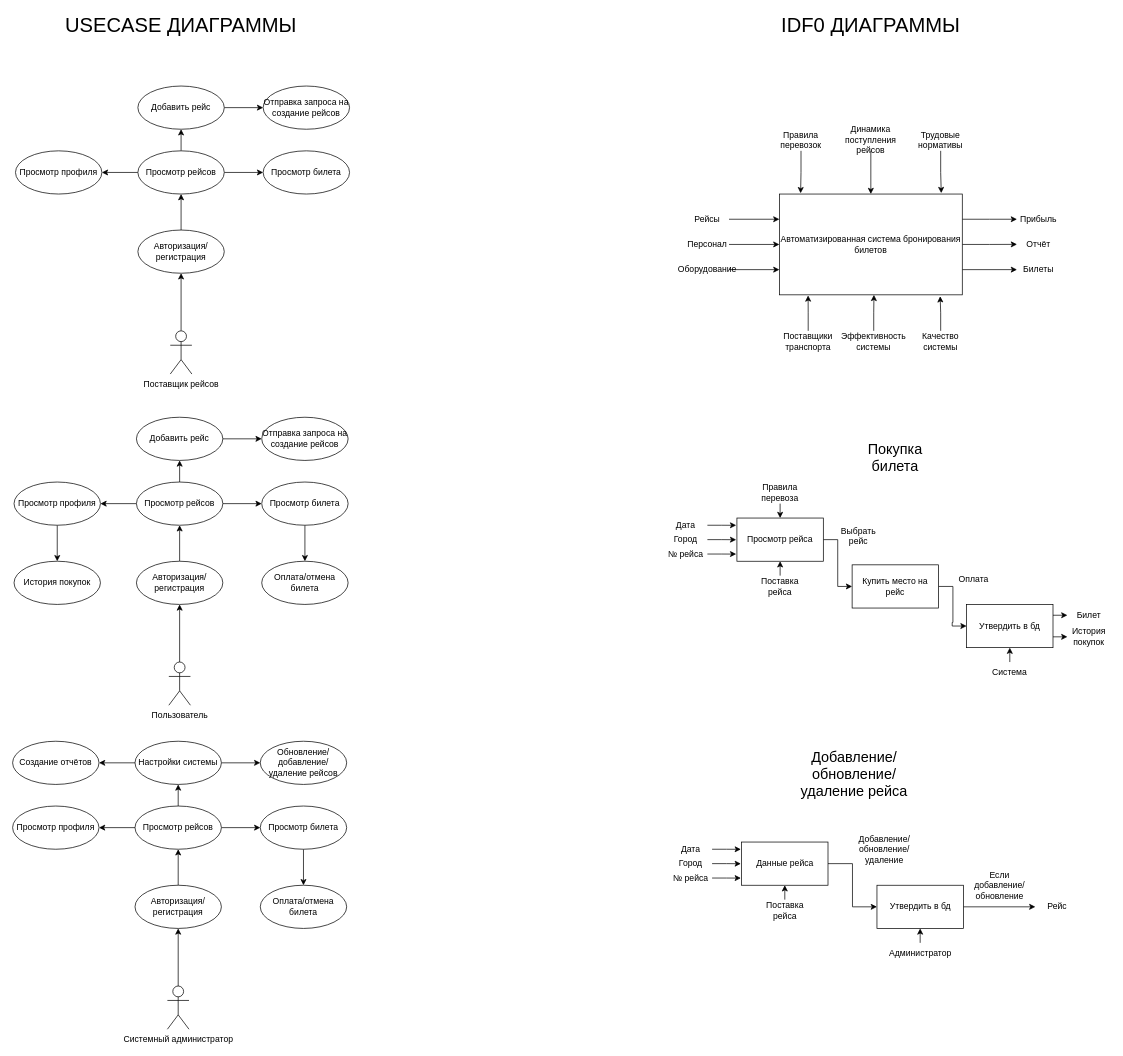
This is usecase.drawio from k11sann/classworks, a draw.io file, before an edit. Source tidied: cells renumbered, new cells numbered last; positions are measured from the earlier drawing's top-left corner, leaving out a move shared by most shapes. Both pictures are drawn from the tidied source at 72%, with x=0, y=0 at pixel (12, 14).
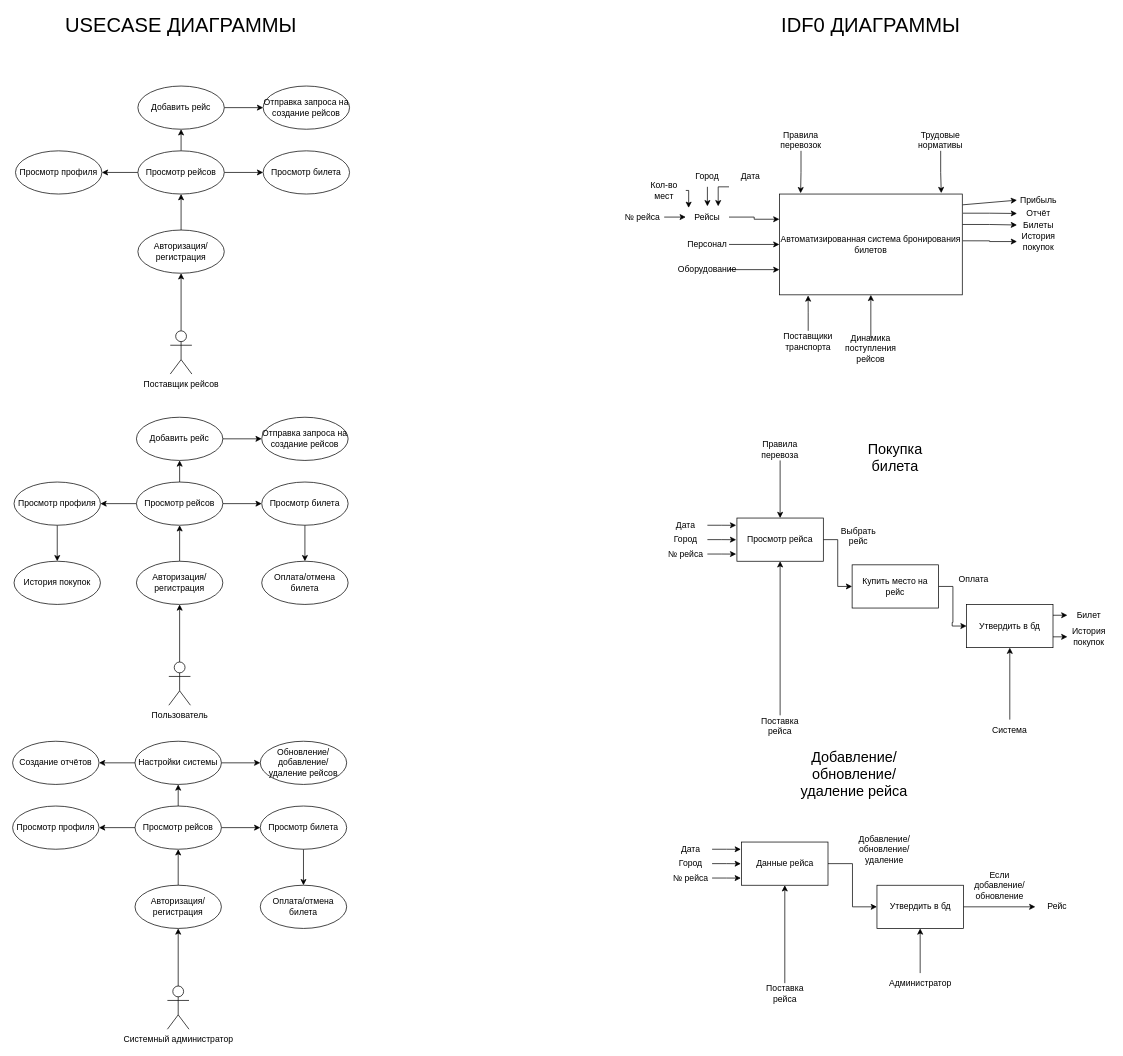
Above is the later version.

Unchanged cells that the change refers to:
```xml
<mxCell id="7" value="Автоматизированная система бронирования билетов" style="rounded=0;whiteSpace=wrap;html=1;" parent="1" vertex="1">
  <mxGeometry x="1065" y="250" width="254" height="140" as="geometry" />
</mxCell>
```

What changed in the source:
```diff
@@
-    <mxCell id="4" style="edgeStyle=orthogonalEdgeStyle;rounded=0;jettySize=auto;html=1;exitX=1;exitY=0.25;exitDx=0;exitDy=0;" parent="1" edge="1" source="7">
-      <mxGeometry relative="1" as="geometry">
-        <mxPoint x="1395" y="285" as="targetPoint" />
-      </mxGeometry>
-    </mxCell>
-    <mxCell id="5" style="edgeStyle=orthogonalEdgeStyle;rounded=0;jettySize=auto;html=1;exitX=1;exitY=0.5;exitDx=0;exitDy=0;" parent="1" edge="1" source="7">
-      <mxGeometry relative="1" as="geometry">
-        <mxPoint x="1395" y="319.9" as="targetPoint" />
-      </mxGeometry>
-    </mxCell>
+    <mxCell id="118" style="edgeStyle=orthogonalEdgeStyle;rounded=0;jettySize=auto;html=1;exitX=1.004;exitY=0.19;exitDx=0;exitDy=0;entryX=0;entryY=0.5;entryDx=0;entryDy=0;exitPerimeter=0;" parent="1" edge="1" source="7" target="15">
+      <mxGeometry relative="1" as="geometry" />
+    </mxCell>
-    <mxCell id="6" style="edgeStyle=orthogonalEdgeStyle;rounded=0;jettySize=auto;html=1;exitX=1;exitY=0.75;exitDx=0;exitDy=0;entryX=0;entryY=0.5;entryDx=0;entryDy=0;" parent="1" edge="1" source="7" target="16">
+    <mxCell id="6" style="edgeStyle=orthogonalEdgeStyle;rounded=0;jettySize=auto;html=1;exitX=1.001;exitY=0.302;exitDx=0;exitDy=0;entryX=0;entryY=0.5;entryDx=0;entryDy=0;exitPerimeter=0;" parent="1" edge="1" source="7" target="16">
       <mxGeometry relative="1" as="geometry" />
     </mxCell>
+    <mxCell id="119" style="edgeStyle=orthogonalEdgeStyle;rounded=0;jettySize=auto;html=1;exitX=1.002;exitY=0.464;exitDx=0;exitDy=0;entryX=0;entryY=0.5;entryDx=0;entryDy=0;exitPerimeter=0;" parent="1" edge="1" source="7" target="120">
+      <mxGeometry relative="1" as="geometry" />
+    </mxCell>
@@
-    <mxCell id="10" style="edgeStyle=orthogonalEdgeStyle;rounded=0;jettySize=auto;html=1;exitX=0.5;exitY=1;exitDx=0;exitDy=0;entryX=0.5;entryY=0;entryDx=0;entryDy=0;" parent="1" edge="1" source="11" target="7">
+    <mxCell id="10" style="edgeStyle=orthogonalEdgeStyle;rounded=0;jettySize=auto;html=1;exitX=0.5;exitY=0;exitDx=0;exitDy=0;entryX=0.5;entryY=1;entryDx=0;entryDy=0;" parent="1" edge="1" source="11" target="7">
       <mxGeometry relative="1" as="geometry" />
     </mxCell>
     <mxCell id="11" value="Динамика&lt;div&gt;поступления рейсов&lt;/div&gt;" style="text;html=1;align=center;verticalAlign=middle;whiteSpace=wrap;rounded=0;" parent="1" vertex="1">
-      <mxGeometry x="1162" y="160" width="60" height="30" as="geometry" />
+      <mxGeometry x="1162" y="450" width="60" height="30" as="geometry" />
     </mxCell>
@@
     <mxCell id="14" value="Прибыль" style="text;html=1;align=center;verticalAlign=middle;whiteSpace=wrap;rounded=0;" parent="1" vertex="1">
-      <mxGeometry x="1395" y="270" width="60" height="30" as="geometry" />
+      <mxGeometry x="1395" y="250" width="60" height="17" as="geometry" />
     </mxCell>
     <mxCell id="15" value="Отчёт" style="text;html=1;align=center;verticalAlign=middle;whiteSpace=wrap;rounded=0;" parent="1" vertex="1">
-      <mxGeometry x="1395" y="305" width="60" height="30" as="geometry" />
+      <mxGeometry x="1395" y="270" width="60" height="14" as="geometry" />
     </mxCell>
     <mxCell id="16" value="Билеты" style="text;html=1;align=center;verticalAlign=middle;whiteSpace=wrap;rounded=0;" parent="1" vertex="1">
-      <mxGeometry x="1395" y="340" width="60" height="30" as="geometry" />
+      <mxGeometry x="1395" y="284" width="60" height="18" as="geometry" />
     </mxCell>
@@
     <mxCell id="18" value="Рейсы" style="text;html=1;align=center;verticalAlign=middle;whiteSpace=wrap;rounded=0;" parent="1" vertex="1">
-      <mxGeometry x="935" y="270" width="60" height="30" as="geometry" />
+      <mxGeometry x="935" y="267" width="60" height="30" as="geometry" />
     </mxCell>
@@
-    <mxCell id="24" value="Качество системы" style="text;html=1;align=center;verticalAlign=middle;whiteSpace=wrap;rounded=0;" parent="1" vertex="1">
-      <mxGeometry x="1259" y="440" width="60" height="30" as="geometry" />
-    </mxCell>
-    <mxCell id="25" value="Эффективность&lt;div&gt;системы&lt;/div&gt;" style="text;html=1;align=center;verticalAlign=middle;whiteSpace=wrap;rounded=0;" parent="1" vertex="1">
-      <mxGeometry x="1166" y="440" width="60" height="30" as="geometry" />
-    </mxCell>
-    <mxCell id="26" style="edgeStyle=orthogonalEdgeStyle;rounded=0;jettySize=auto;html=1;exitX=0.5;exitY=0;exitDx=0;exitDy=0;entryX=0.517;entryY=1;entryDx=0;entryDy=0;entryPerimeter=0;" parent="1" edge="1" source="25" target="7">
-      <mxGeometry relative="1" as="geometry" />
-    </mxCell>
@@
-    <mxCell id="28" style="edgeStyle=orthogonalEdgeStyle;rounded=0;jettySize=auto;html=1;exitX=0.5;exitY=0;exitDx=0;exitDy=0;entryX=0.879;entryY=1.014;entryDx=0;entryDy=0;entryPerimeter=0;" parent="1" edge="1" source="24" target="7">
-      <mxGeometry relative="1" as="geometry" />
-    </mxCell>
@@
     <mxCell id="33" value="Правила перевоза" style="text;html=1;align=center;verticalAlign=middle;whiteSpace=wrap;rounded=0;" parent="1" vertex="1">
-      <mxGeometry x="1036" y="650" width="60" height="30" as="geometry" />
+      <mxGeometry x="1036" y="590" width="60" height="30" as="geometry" />
     </mxCell>
@@
     <mxCell id="35" value="Поставка рейса" style="text;html=1;align=center;verticalAlign=middle;whiteSpace=wrap;rounded=0;" parent="1" vertex="1">
-      <mxGeometry x="1036" y="780" width="60" height="30" as="geometry" />
+      <mxGeometry x="1036" y="974" width="60" height="30" as="geometry" />
     </mxCell>
@@
     <mxCell id="52" value="Система" style="text;html=1;align=center;verticalAlign=middle;whiteSpace=wrap;rounded=0;" parent="1" vertex="1">
-      <mxGeometry x="1355" y="900" width="60" height="30" as="geometry" />
+      <mxGeometry x="1355" y="980" width="60" height="30" as="geometry" />
     </mxCell>
@@
     <mxCell id="57" value="Поставка рейса" style="text;html=1;align=center;verticalAlign=middle;whiteSpace=wrap;rounded=0;" parent="1" vertex="1">
-      <mxGeometry x="1042.5" y="1230" width="60" height="30" as="geometry" />
+      <mxGeometry x="1042.5" y="1346" width="60" height="30" as="geometry" />
     </mxCell>
@@
     <mxCell id="69" value="Администратор" style="text;html=1;align=center;verticalAlign=middle;whiteSpace=wrap;rounded=0;" parent="1" vertex="1">
-      <mxGeometry x="1230.5" y="1290" width="60" height="30" as="geometry" />
+      <mxGeometry x="1230.5" y="1332" width="60" height="30" as="geometry" />
     </mxCell>
@@
+    <mxCell id="120" value="История покупок" style="text;html=1;align=center;verticalAlign=middle;whiteSpace=wrap;rounded=0;" parent="1" vertex="1">
+      <mxGeometry x="1395" y="302" width="60" height="28" as="geometry" />
+    </mxCell>
+    <mxCell id="121" style="endArrow=classic;html=1;rounded=0;exitX=1.002;exitY=0.107;exitDx=0;exitDy=0;exitPerimeter=0;entryX=0;entryY=0.5;entryDx=0;entryDy=0;" parent="1" edge="1" source="7" target="14">
+      <mxGeometry relative="1" as="geometry" />
+    </mxCell>
+    <mxCell id="122" style="edgeStyle=orthogonalEdgeStyle;rounded=0;jettySize=auto;html=1;exitX=1;exitY=0.5;exitDx=0;exitDy=0;entryX=0;entryY=0.5;entryDx=0;entryDy=0;" parent="1" edge="1" source="123" target="18">
+      <mxGeometry relative="1" as="geometry" />
+    </mxCell>
+    <mxCell id="123" value="№ рейса" style="text;html=1;align=center;verticalAlign=middle;whiteSpace=wrap;rounded=0;" parent="1" vertex="1">
+      <mxGeometry x="845" y="267" width="60" height="30" as="geometry" />
+    </mxCell>
+    <mxCell id="124" style="edgeStyle=orthogonalEdgeStyle;rounded=0;jettySize=auto;html=1;exitX=0;exitY=1;exitDx=0;exitDy=0;entryX=0.75;entryY=0;entryDx=0;entryDy=0;" parent="1" edge="1" source="125" target="18">
+      <mxGeometry relative="1" as="geometry" />
+    </mxCell>
+    <mxCell id="125" value="Дата" style="text;html=1;align=center;verticalAlign=middle;whiteSpace=wrap;rounded=0;" parent="1" vertex="1">
+      <mxGeometry x="995" y="210" width="60" height="30" as="geometry" />
+    </mxCell>
+    <mxCell id="126" style="edgeStyle=orthogonalEdgeStyle;rounded=0;jettySize=auto;html=1;exitX=0.5;exitY=1;exitDx=0;exitDy=0;entryX=0.5;entryY=0;entryDx=0;entryDy=0;" parent="1" edge="1" source="127" target="18">
+      <mxGeometry relative="1" as="geometry" />
+    </mxCell>
+    <mxCell id="127" value="Город" style="text;html=1;align=center;verticalAlign=middle;whiteSpace=wrap;rounded=0;" parent="1" vertex="1">
+      <mxGeometry x="935" y="210" width="60" height="30" as="geometry" />
+    </mxCell>
+    <mxCell id="128" value="Кол-во&lt;div&gt;мест&lt;/div&gt;" style="text;html=1;align=center;verticalAlign=middle;whiteSpace=wrap;rounded=0;" parent="1" vertex="1">
+      <mxGeometry x="875" y="230" width="60" height="30" as="geometry" />
+    </mxCell>
+    <mxCell id="129" style="edgeStyle=orthogonalEdgeStyle;rounded=0;jettySize=auto;html=1;exitX=1;exitY=0.5;exitDx=0;exitDy=0;entryX=0.066;entryY=0.075;entryDx=0;entryDy=0;entryPerimeter=0;" parent="1" edge="1" source="128" target="18">
+      <mxGeometry relative="1" as="geometry" />
+    </mxCell>
```
